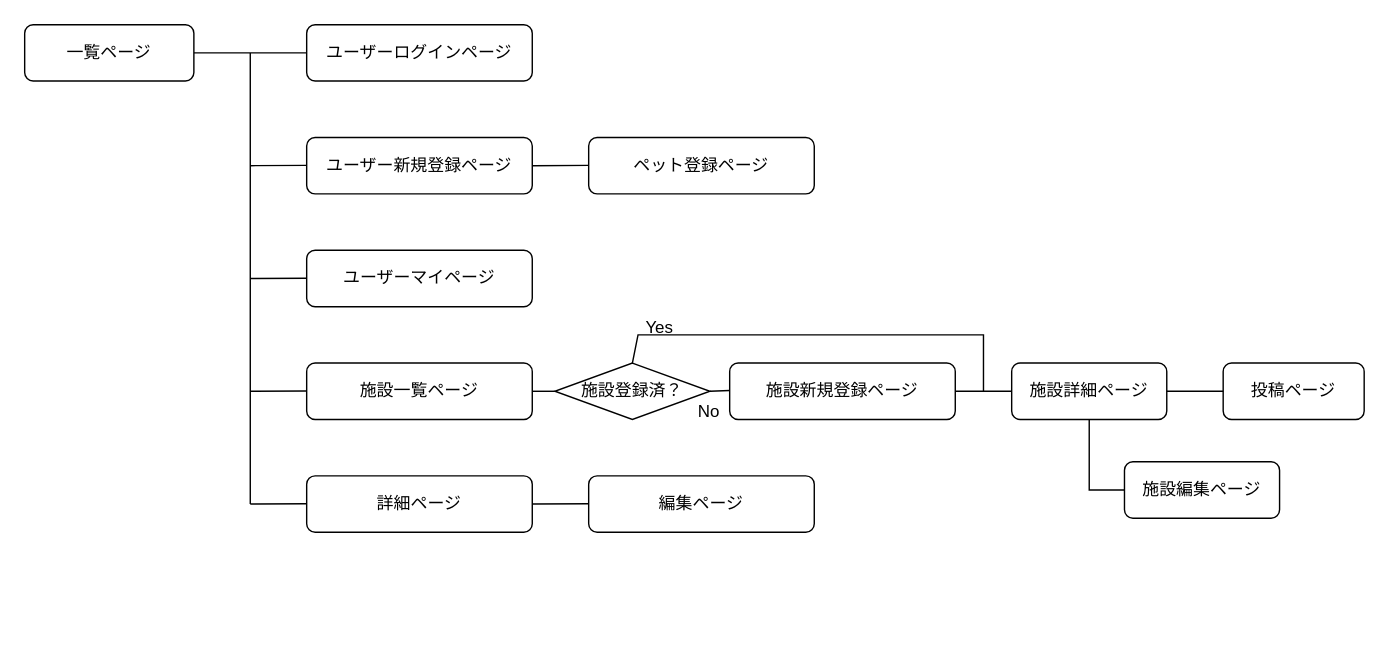
The draw.io diagram OwD_UIflow.dio in ChisatoMatoba/odekake-with-dogs, before the edit. Source tidied: cells renumbered, new cells numbered last; positions are measured from the earlier drawing's top-left corner, leaving out a move shared by most shapes. Both pictures are drawn from the tidied source at 141%, with x=0, y=0 at pixel (24, 24).
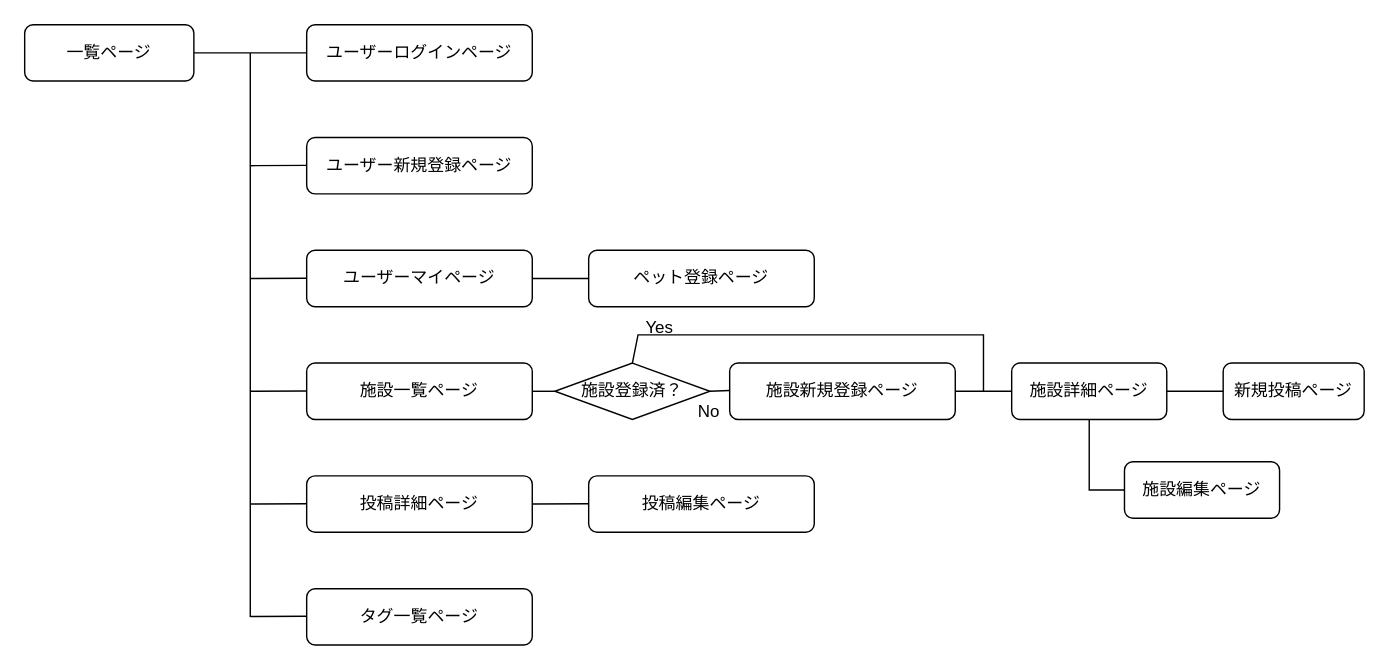
The same diagram, later.

Commit message (it also covers changes not shown here):
画面遷移図更新

Unchanged cells that the change refers to:
```xml
<mxCell id="7" value="ユーザーマイページ" style="rounded=1;whiteSpace=wrap;html=1;" parent="1" vertex="1">
  <mxGeometry x="200" y="160" width="160" height="40" as="geometry" />
</mxCell>
```

Diff of the diagram source:
```diff
@@
-    <mxCell id="5" value="詳細ページ" style="rounded=1;whiteSpace=wrap;html=1;" parent="1" vertex="1">
+    <mxCell id="5" value="投稿詳細ページ" style="rounded=1;whiteSpace=wrap;html=1;" parent="1" vertex="1">
       <mxGeometry x="200" y="320" width="160" height="40" as="geometry" />
     </mxCell>
@@
     <mxCell id="9" value="ペット登録ページ" style="rounded=1;whiteSpace=wrap;html=1;" parent="1" vertex="1">
-      <mxGeometry x="400" y="80" width="160" height="40" as="geometry" />
+      <mxGeometry x="400" y="160" width="160" height="40" as="geometry" />
     </mxCell>
-    <mxCell id="10" value="編集ページ" style="rounded=1;whiteSpace=wrap;html=1;" parent="1" vertex="1">
+    <mxCell id="10" value="投稿編集ページ" style="rounded=1;whiteSpace=wrap;html=1;" parent="1" vertex="1">
       <mxGeometry x="400" y="320" width="160" height="40" as="geometry" />
     </mxCell>
     <mxCell id="11" style="endArrow=none;html=1;" parent="1" edge="1">
       <mxGeometry relative="1" as="geometry">
-        <mxPoint x="160" y="340" as="sourcePoint" />
+        <mxPoint x="160" y="420" as="sourcePoint" />
         <mxPoint x="160" y="20" as="targetPoint" />
       </mxGeometry>
     </mxCell>
-    <mxCell id="12" style="edgeStyle=none;html=1;entryX=0;entryY=0.5;entryDx=0;entryDy=0;endArrow=none;endFill=0;" parent="1" edge="1">
-      <mxGeometry relative="1" as="geometry">
-        <mxPoint x="360" y="100" as="sourcePoint" />
-        <mxPoint x="400" y="99.8" as="targetPoint" />
-      </mxGeometry>
+    <mxCell id="12" style="edgeStyle=none;html=1;entryX=0;entryY=0.5;entryDx=0;entryDy=0;endArrow=none;endFill=0;exitX=1;exitY=0.5;exitDx=0;exitDy=0;" parent="1" edge="1" source="7" target="9">
+      <mxGeometry relative="1" as="geometry" />
     </mxCell>
@@
-    <mxCell id="21" value="投稿ページ" style="rounded=1;whiteSpace=wrap;html=1;" parent="1" vertex="1">
+    <mxCell id="21" value="新規投稿ページ" style="rounded=1;whiteSpace=wrap;html=1;" parent="1" vertex="1">
       <mxGeometry x="850" y="240" width="100" height="40" as="geometry" />
     </mxCell>
@@
+    <mxCell id="31" value="タグ一覧ページ" style="rounded=1;whiteSpace=wrap;html=1;" parent="1" vertex="1">
+      <mxGeometry x="200" y="400" width="160" height="40" as="geometry" />
+    </mxCell>
+    <mxCell id="32" style="edgeStyle=none;html=1;entryX=0;entryY=0.5;entryDx=0;entryDy=0;endArrow=none;endFill=0;" parent="1" edge="1">
+      <mxGeometry relative="1" as="geometry">
+        <mxPoint x="160" y="419.7" as="sourcePoint" />
+        <mxPoint x="200" y="419.5" as="targetPoint" />
+      </mxGeometry>
+    </mxCell>
```
